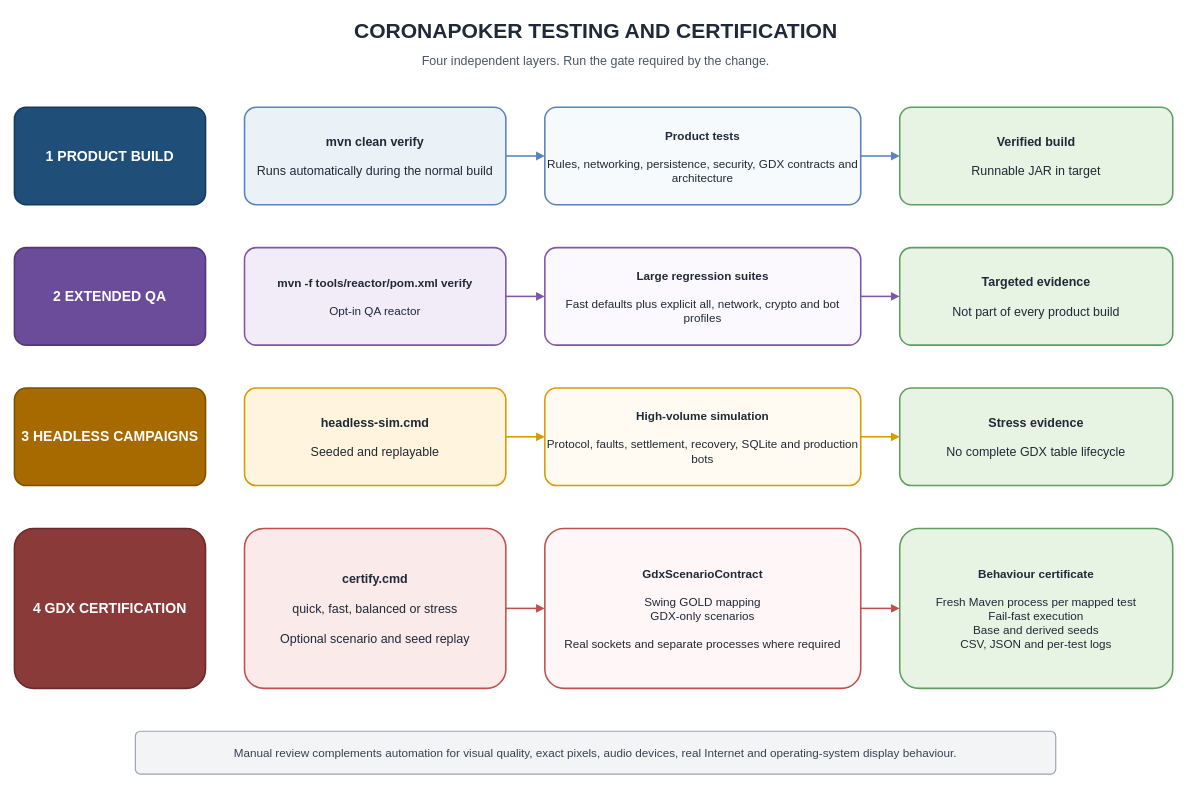
tonikelope/coronapoker keeps this draw.io diagram as docs/diagrams/testing-certification-flow.drawio. Above is the earlier version. Source tidied: cells renumbered, new cells numbered last; positions are measured from the earlier drawing's top-left corner, leaving out a move shared by most shapes. Both pictures are drawn from the tidied source at 78%, with x=0, y=0 at pixel (14, 13).
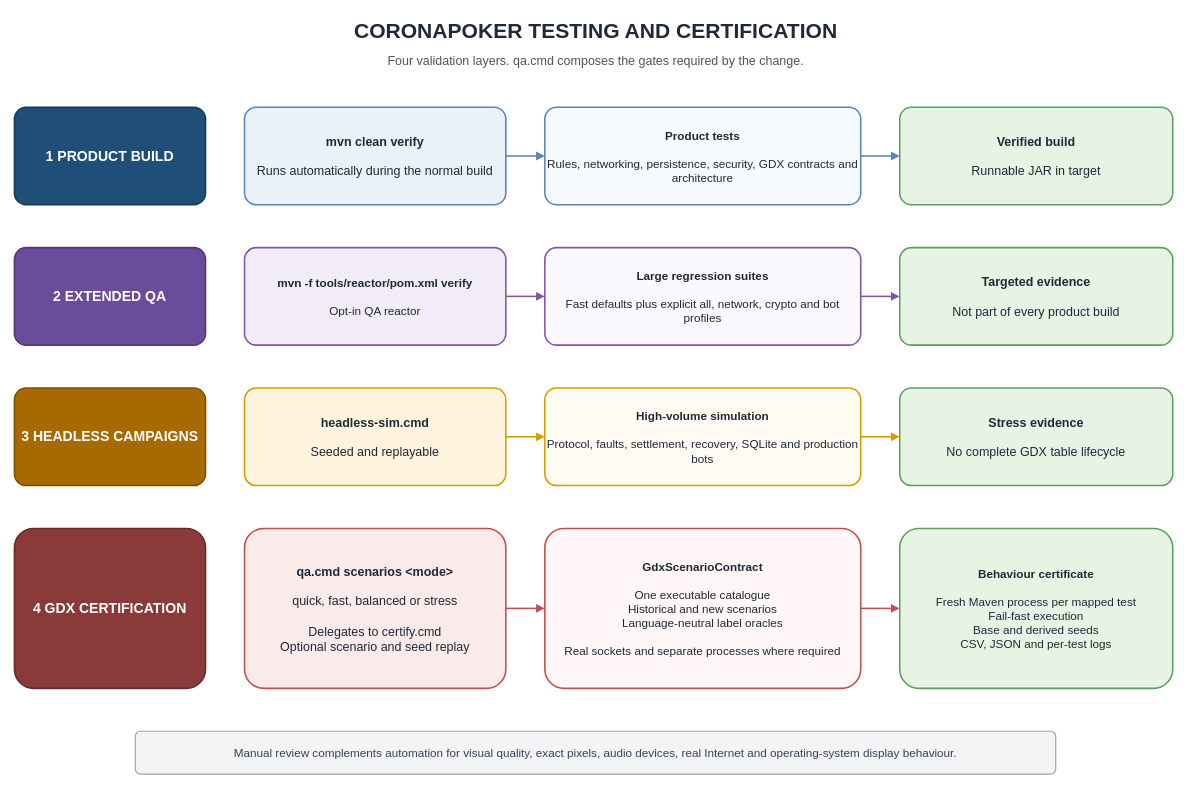
After the change.

Change to the diagram source:
```diff
@@
-    <mxCell id="3" value="Four independent layers. Run the gate required by the change." style="text;html=1;align=center;verticalAlign=middle;fontSize=16;fontColor=#4B5563;" parent="1" vertex="1">
+    <mxCell id="3" value="Four validation layers. qa.cmd composes the gates required by the change." style="text;html=1;align=center;verticalAlign=middle;fontSize=16;fontColor=#4B5563;" parent="1" vertex="1">
       <mxGeometry x="245" y="45" width="1000" height="30" as="geometry" />
     </mxCell>
@@
-    <mxCell id="17" value="&lt;b&gt;certify.cmd&lt;/b&gt;&#10;&#10;quick, fast, balanced or stress&#10;&#10;Optional scenario and seed replay" style="rounded=1;arcSize=12;whiteSpace=wrap;html=1;fillColor=#FBEAEA;strokeColor=#C0504D;strokeWidth=2;fontColor=#1F2937;fontSize=16;align=center;verticalAlign=middle;" parent="1" vertex="1">
+    <mxCell id="17" value="&lt;b&gt;qa.cmd scenarios &amp;lt;mode&amp;gt;&lt;/b&gt;&#10;&#10;quick, fast, balanced or stress&#10;&#10;Delegates to certify.cmd&#10;Optional scenario and seed replay" style="rounded=1;arcSize=12;whiteSpace=wrap;html=1;fillColor=#FBEAEA;strokeColor=#C0504D;strokeWidth=2;fontColor=#1F2937;fontSize=16;align=center;verticalAlign=middle;" parent="1" vertex="1">
       <mxGeometry x="295" y="660" width="335" height="205" as="geometry" />
     </mxCell>
-    <mxCell id="18" value="&lt;b&gt;GdxScenarioContract&lt;/b&gt;&#10;&#10;Swing GOLD mapping&#10;GDX-only scenarios&#10;&#10;Real sockets and separate processes where required" style="rounded=1;arcSize=12;whiteSpace=wrap;html=1;fillColor=#FFF7F7;strokeColor=#C0504D;strokeWidth=2;fontColor=#1F2937;fontSize=15;align=center;verticalAlign=middle;" parent="1" vertex="1">
+    <mxCell id="18" value="&lt;b&gt;GdxScenarioContract&lt;/b&gt;&#10;&#10;One executable catalogue&#10;Historical and new scenarios&#10;Language-neutral label oracles&#10;&#10;Real sockets and separate processes where required" style="rounded=1;arcSize=12;whiteSpace=wrap;html=1;fillColor=#FFF7F7;strokeColor=#C0504D;strokeWidth=2;fontColor=#1F2937;fontSize=15;align=center;verticalAlign=middle;" parent="1" vertex="1">
       <mxGeometry x="680" y="660" width="405" height="205" as="geometry" />
     </mxCell>
```
